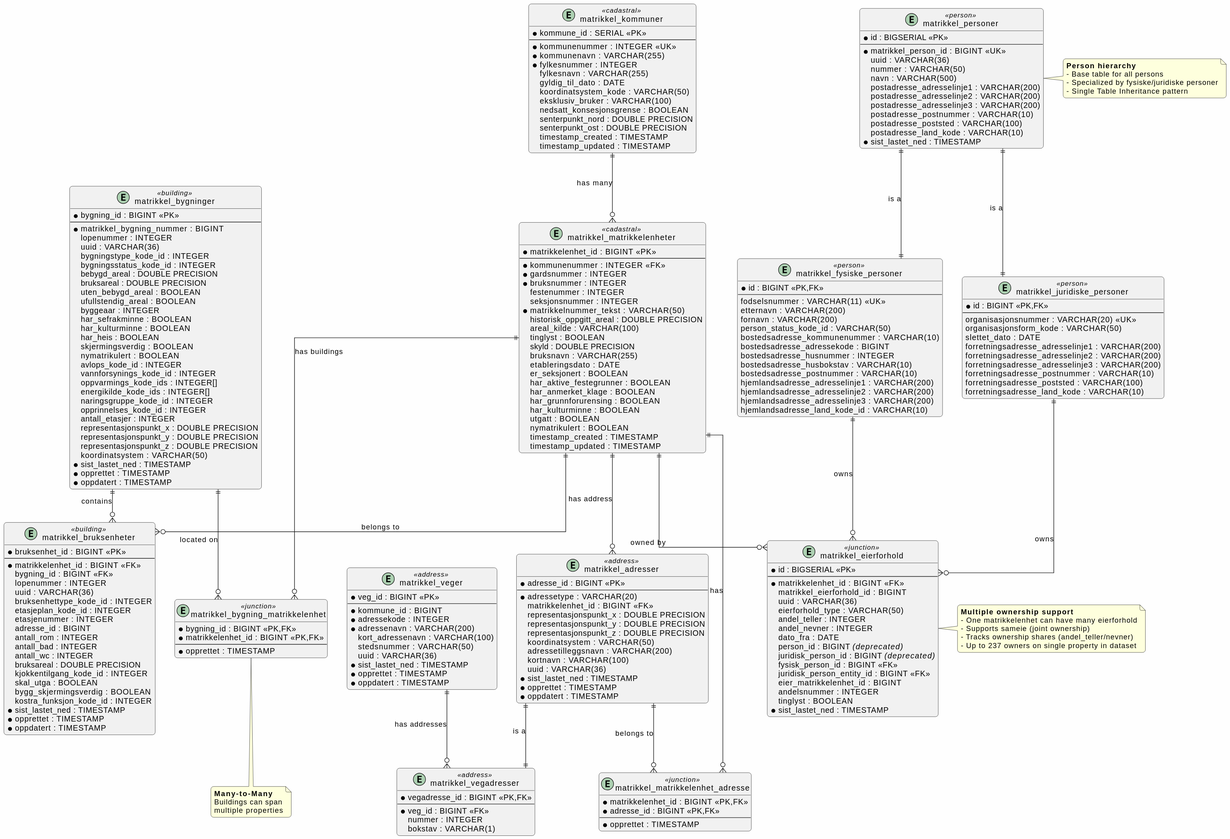
Before: doc/matrikkel_data.svg, a diagram exported from PlantUML (PorticoEstate/matrikkel).
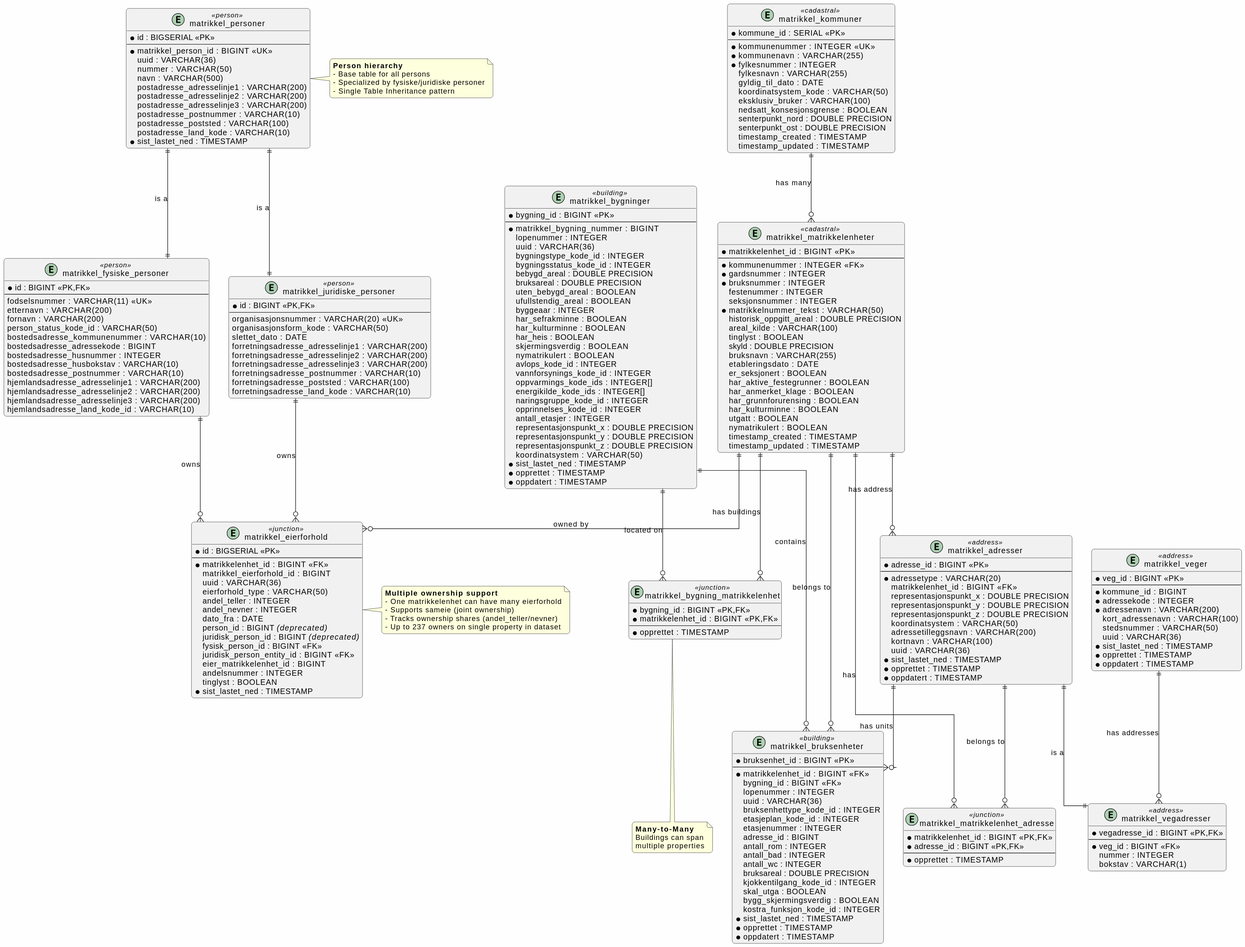
Later version of the same file.

Commit message:
feat: Enhance matrikkel schema and import services

What changed in the source:
```diff
@@ -251,6 +251,7 @@
 matrikkel_matrikkelenheter ||--o{ matrikkel_bygning_matrikkelenhet : "has buildings"
 matrikkel_bygninger ||--o{ matrikkel_bruksenheter : "contains"
 matrikkel_matrikkelenheter ||--o{ matrikkel_bruksenheter : "belongs to"
+matrikkel_adresser ||--o{ matrikkel_bruksenheter : "has units"
 
 matrikkel_veger ||--o{ matrikkel_vegadresser : "has addresses"
 matrikkel_adresser ||--|| matrikkel_vegadresser : "is a"
```
